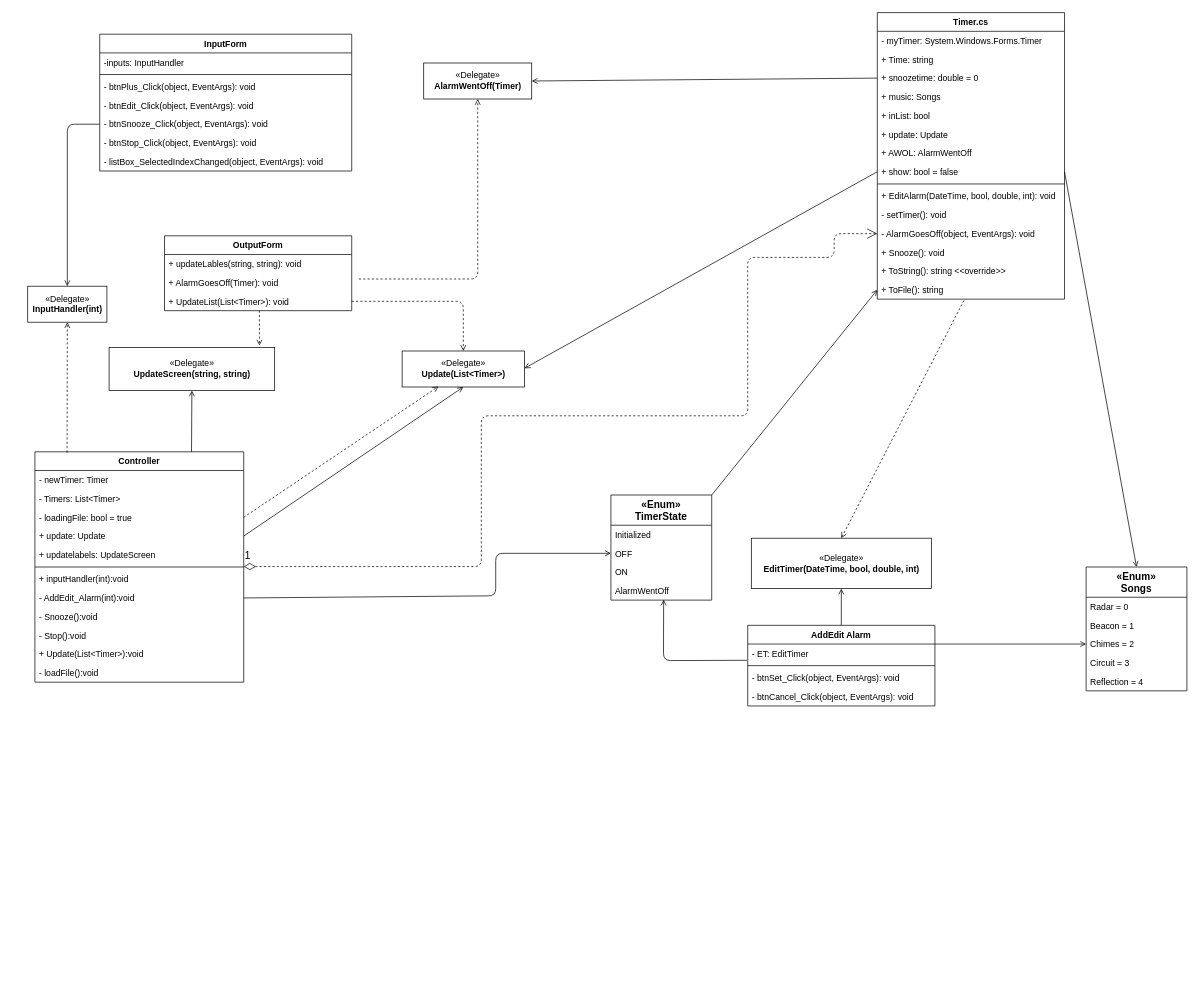
This is page "Alarm501-CD-P2" (2 of 3) of AlarmClock.drawio from Rosebaugh/CS501, a draw.io file, before an edit. Source tidied: cells renumbered, new cells numbered last; positions are measured from the earlier drawing's top-left corner, leaving out a move shared by most shapes. Both pictures are drawn from the tidied source at 72%, with x=0, y=0 at pixel (27, 12).
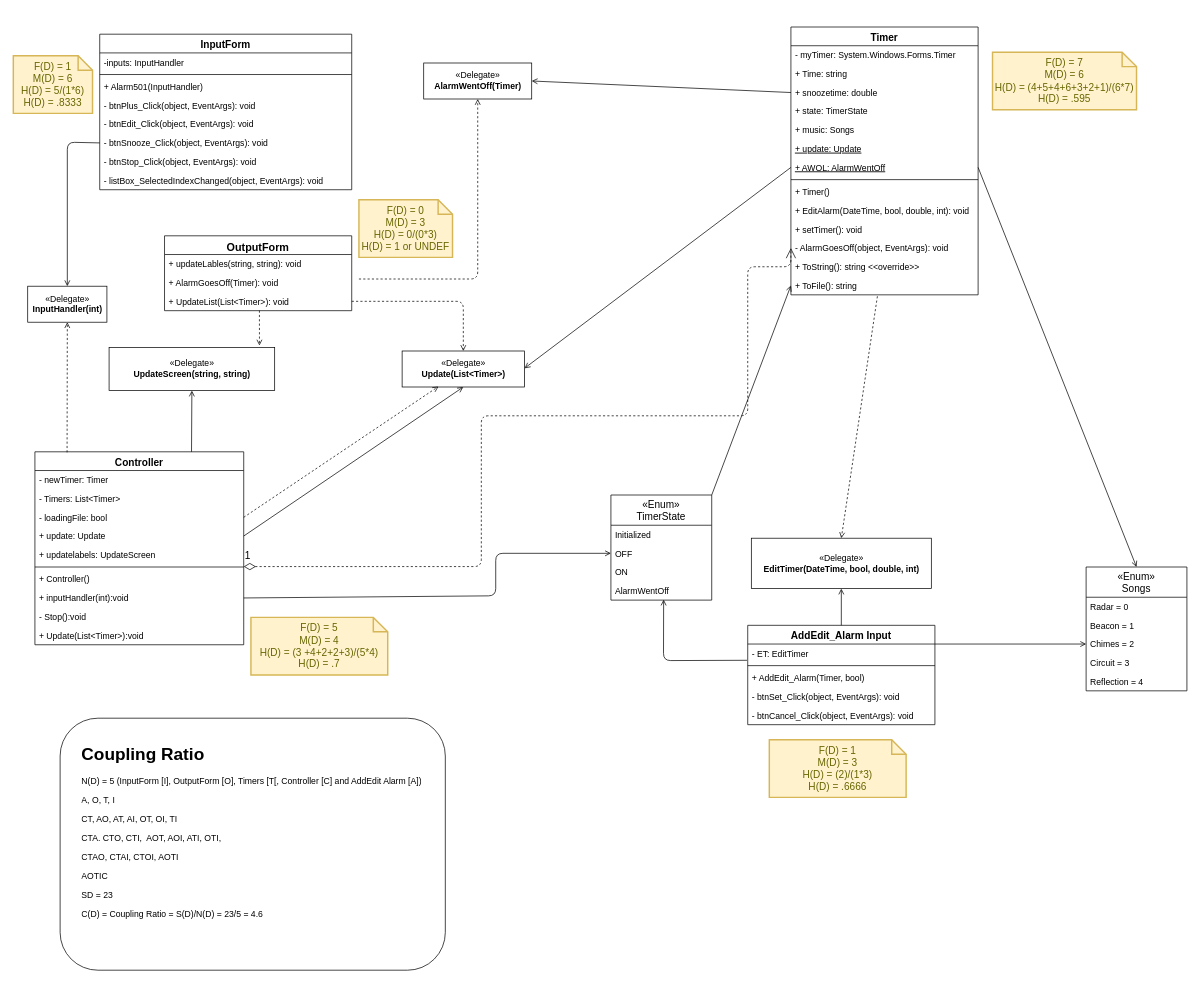
The same diagram, later.

The change refers to these unchanged cells:
```xml
<mxCell id="26" value="- AlarmGoesOff(object, EventArgs): void" style="text;strokeColor=none;fillColor=none;align=left;verticalAlign=top;spacingLeft=4;spacingRight=4;overflow=hidden;points=[[0,0.5],[1,0.5]];portConstraint=eastwest;" parent="14" vertex="1">
  <mxGeometry y="294" width="260" height="26" as="geometry" />
</mxCell>
<mxCell id="51" value="«Delegate»&lt;br&gt;&lt;b&gt;InputHandler(int)&lt;/b&gt;" style="html=1;" parent="1" vertex="1">
  <mxGeometry y="380" width="110" height="50" as="geometry" />
</mxCell>
<mxCell id="55" value="OFF" style="text;strokeColor=none;fillColor=none;align=left;verticalAlign=top;spacingLeft=4;spacingRight=4;overflow=hidden;points=[[0,0.5],[1,0.5]];portConstraint=eastwest;" parent="53" vertex="1">
  <mxGeometry y="68" width="140" height="26" as="geometry" />
</mxCell>
```

Change to the diagram source:
```diff
@@
-    <mxCell id="2" value="InputForm" style="swimlane;fontStyle=1;align=center;verticalAlign=top;horizontal=1;startSize=26;" parent="1" vertex="1">
-      <mxGeometry x="100" y="30" width="350" height="190" as="geometry" />
+    <mxCell id="2" value="InputForm" style="swimlane;fontStyle=1;align=center;verticalAlign=top;horizontal=1;startSize=26;fontSize=14;" parent="1" vertex="1">
+      <mxGeometry x="100" y="30" width="350" height="216" as="geometry" />
     </mxCell>
@@
+    <mxCell id="82" value="+ Alarm501(InputHandler)" style="text;strokeColor=none;fillColor=none;align=left;verticalAlign=top;spacingLeft=4;spacingRight=4;overflow=hidden;" parent="2" vertex="1">
+      <mxGeometry y="60" width="350" height="26" as="geometry" />
+    </mxCell>
     <mxCell id="5" value="- btnPlus_Click(object, EventArgs): void" style="text;strokeColor=none;fillColor=none;align=left;verticalAlign=top;spacingLeft=4;spacingRight=4;overflow=hidden;" parent="2" vertex="1">
-      <mxGeometry y="60" width="350" height="26" as="geometry" />
+      <mxGeometry y="86" width="350" height="26" as="geometry" />
     </mxCell>
     <mxCell id="6" value="- btnEdit_Click(object, EventArgs): void" style="text;strokeColor=none;fillColor=none;align=left;verticalAlign=top;spacingLeft=4;spacingRight=4;overflow=hidden;" parent="2" vertex="1">
-      <mxGeometry y="86" width="350" height="26" as="geometry" />
+      <mxGeometry y="112" width="350" height="26" as="geometry" />
     </mxCell>
     <mxCell id="7" value="- btnSnooze_Click(object, EventArgs): void" style="text;strokeColor=none;fillColor=none;align=left;verticalAlign=top;spacingLeft=4;spacingRight=4;overflow=hidden;points=[[0,0.5],[1,0.5]];portConstraint=eastwest;" parent="2" vertex="1">
-      <mxGeometry y="112" width="350" height="26" as="geometry" />
+      <mxGeometry y="138" width="350" height="26" as="geometry" />
     </mxCell>
     <mxCell id="8" value="- btnStop_Click(object, EventArgs): void" style="text;strokeColor=none;fillColor=none;align=left;verticalAlign=top;spacingLeft=4;spacingRight=4;overflow=hidden;" parent="2" vertex="1">
-      <mxGeometry y="138" width="350" height="26" as="geometry" />
+      <mxGeometry y="164" width="350" height="26" as="geometry" />
     </mxCell>
     <mxCell id="9" value="- listBox_SelectedIndexChanged(object, EventArgs): void" style="text;strokeColor=none;fillColor=none;align=left;verticalAlign=top;spacingLeft=4;spacingRight=4;overflow=hidden;" parent="2" vertex="1">
-      <mxGeometry y="164" width="350" height="26" as="geometry" />
+      <mxGeometry y="190" width="350" height="26" as="geometry" />
     </mxCell>
-    <mxCell id="10" value="OutputForm" style="swimlane;fontStyle=1;align=center;verticalAlign=top;horizontal=1;startSize=26;" parent="1" vertex="1">
+    <mxCell id="10" value="OutputForm" style="swimlane;fontStyle=1;align=center;verticalAlign=top;horizontal=1;startSize=26;fontSize=15;" parent="1" vertex="1">
       <mxGeometry x="190" y="310" width="260" height="104" as="geometry" />
     </mxCell>
@@
-    <mxCell id="14" value="Timer.cs" style="swimlane;fontStyle=1;align=center;verticalAlign=top;horizontal=1;startSize=26;" parent="1" vertex="1">
-      <mxGeometry x="1180" width="260" height="398" as="geometry" />
+    <mxCell id="14" value="Timer" style="swimlane;fontStyle=1;align=center;verticalAlign=top;horizontal=1;startSize=26;fontSize=14;" parent="1" vertex="1">
+      <mxGeometry x="1060" y="20" width="260" height="372" as="geometry" />
     </mxCell>
@@
-    <mxCell id="17" value="+ snoozetime: double = 0" style="text;strokeColor=none;fillColor=none;align=left;verticalAlign=top;spacingLeft=4;spacingRight=4;overflow=hidden;points=[[0,0.5],[1,0.5]];portConstraint=eastwest;" parent="14" vertex="1">
+    <mxCell id="17" value="+ snoozetime: double" style="text;strokeColor=none;fillColor=none;align=left;verticalAlign=top;spacingLeft=4;spacingRight=4;overflow=hidden;points=[[0,0.5],[1,0.5]];portConstraint=eastwest;" parent="14" vertex="1">
       <mxGeometry y="78" width="260" height="26" as="geometry" />
     </mxCell>
+    <mxCell id="83" value="+ state: TimerState" style="text;strokeColor=none;fillColor=none;align=left;verticalAlign=top;spacingLeft=4;spacingRight=4;overflow=hidden;" parent="14" vertex="1">
+      <mxGeometry y="104" width="260" height="26" as="geometry" />
+    </mxCell>
     <mxCell id="18" value="+ music: Songs" style="text;strokeColor=none;fillColor=none;align=left;verticalAlign=top;spacingLeft=4;spacingRight=4;overflow=hidden;" parent="14" vertex="1">
-      <mxGeometry y="104" width="260" height="26" as="geometry" />
+      <mxGeometry y="130" width="260" height="26" as="geometry" />
     </mxCell>
-    <mxCell id="19" value="+ inList: bool" style="text;strokeColor=none;fillColor=none;align=left;verticalAlign=top;spacingLeft=4;spacingRight=4;overflow=hidden;" parent="14" vertex="1">
-      <mxGeometry y="130" width="260" height="26" as="geometry" />
-    </mxCell>
-    <mxCell id="20" value="+ update: Update" style="text;strokeColor=none;fillColor=none;align=left;verticalAlign=top;spacingLeft=4;spacingRight=4;overflow=hidden;" parent="14" vertex="1">
+    <mxCell id="20" value="+ update: Update" style="text;strokeColor=none;fillColor=none;align=left;verticalAlign=top;spacingLeft=4;spacingRight=4;overflow=hidden;fontStyle=4;" parent="14" vertex="1">
       <mxGeometry y="156" width="260" height="26" as="geometry" />
     </mxCell>
-    <mxCell id="21" value="+ AWOL: AlarmWentOff" style="text;strokeColor=none;fillColor=none;align=left;verticalAlign=top;spacingLeft=4;spacingRight=4;overflow=hidden;" parent="14" vertex="1">
+    <mxCell id="21" value="+ AWOL: AlarmWentOff" style="text;strokeColor=none;fillColor=none;align=left;verticalAlign=top;spacingLeft=4;spacingRight=4;overflow=hidden;fontStyle=4;" parent="14" vertex="1">
       <mxGeometry y="182" width="260" height="26" as="geometry" />
     </mxCell>
-    <mxCell id="22" value="+ show: bool = false" style="text;strokeColor=none;fillColor=none;align=left;verticalAlign=top;spacingLeft=4;spacingRight=4;overflow=hidden;points=[[0,0.5],[1,0.5]];portConstraint=eastwest;" parent="14" vertex="1">
-      <mxGeometry y="208" width="260" height="26" as="geometry" />
-    </mxCell>
     <mxCell id="23" style="line;strokeWidth=1;fillColor=none;align=left;verticalAlign=middle;spacingTop=-1;spacingLeft=3;spacingRight=3;labelPosition=right;" parent="14" vertex="1">
-      <mxGeometry y="234" width="260" height="8" as="geometry" />
+      <mxGeometry y="208" width="260" height="8" as="geometry" />
     </mxCell>
+    <mxCell id="84" value="+ Timer()" style="text;strokeColor=none;fillColor=none;align=left;verticalAlign=top;spacingLeft=4;spacingRight=4;overflow=hidden;" parent="14" vertex="1">
+      <mxGeometry y="216" width="260" height="26" as="geometry" />
+    </mxCell>
@@
-    <mxCell id="25" value="- setTimer(): void" style="text;strokeColor=none;fillColor=none;align=left;verticalAlign=top;spacingLeft=4;spacingRight=4;overflow=hidden;" parent="14" vertex="1">
+    <mxCell id="25" value="+ setTimer(): void" style="text;strokeColor=none;fillColor=none;align=left;verticalAlign=top;spacingLeft=4;spacingRight=4;overflow=hidden;" parent="14" vertex="1">
       <mxGeometry y="268" width="260" height="26" as="geometry" />
     </mxCell>
@@
-    <mxCell id="27" value="+ Snooze(): void" style="text;strokeColor=none;fillColor=none;align=left;verticalAlign=top;spacingLeft=4;spacingRight=4;overflow=hidden;" parent="14" vertex="1">
-      <mxGeometry y="320" width="260" height="26" as="geometry" />
-    </mxCell>
     <mxCell id="28" value="+ ToString(): string &lt;&lt;override&gt;&gt;" style="text;strokeColor=none;fillColor=none;align=left;verticalAlign=top;spacingLeft=4;spacingRight=4;overflow=hidden;" parent="14" vertex="1">
-      <mxGeometry y="346" width="260" height="26" as="geometry" />
+      <mxGeometry y="320" width="260" height="26" as="geometry" />
     </mxCell>
     <mxCell id="29" value="+ ToFile(): string" style="text;strokeColor=none;fillColor=none;align=left;verticalAlign=top;spacingLeft=4;spacingRight=4;overflow=hidden;points=[[0,0.5],[1,0.5]];portConstraint=eastwest;" parent="14" vertex="1">
-      <mxGeometry y="372" width="260" height="26" as="geometry" />
+      <mxGeometry y="346" width="260" height="26" as="geometry" />
     </mxCell>
-    <mxCell id="30" value="AddEdit Alarm&#10;" style="swimlane;fontStyle=1;align=center;verticalAlign=top;horizontal=1;startSize=26;" parent="1" vertex="1">
-      <mxGeometry x="1000" y="851" width="260" height="112" as="geometry" />
+    <mxCell id="30" value="AddEdit_Alarm Input&#10; " style="swimlane;fontStyle=1;align=center;verticalAlign=top;horizontal=1;startSize=26;fontSize=14;" parent="1" vertex="1">
+      <mxGeometry x="1000" y="851" width="260" height="138" as="geometry" />
     </mxCell>
@@
+    <mxCell id="85" value="+ AddEdit_Alarm(Timer, bool)" style="text;strokeColor=none;fillColor=none;align=left;verticalAlign=top;spacingLeft=4;spacingRight=4;overflow=hidden;" parent="30" vertex="1">
+      <mxGeometry y="60" width="260" height="26" as="geometry" />
+    </mxCell>
     <mxCell id="33" value="- btnSet_Click(object, EventArgs): void" style="text;strokeColor=none;fillColor=none;align=left;verticalAlign=top;spacingLeft=4;spacingRight=4;overflow=hidden;" parent="30" vertex="1">
-      <mxGeometry y="60" width="260" height="26" as="geometry" />
+      <mxGeometry y="86" width="260" height="26" as="geometry" />
     </mxCell>
     <mxCell id="34" value="- btnCancel_Click(object, EventArgs): void" style="text;strokeColor=none;fillColor=none;align=left;verticalAlign=top;spacingLeft=4;spacingRight=4;overflow=hidden;" parent="30" vertex="1">
-      <mxGeometry y="86" width="260" height="26" as="geometry" />
+      <mxGeometry y="112" width="260" height="26" as="geometry" />
     </mxCell>
-    <mxCell id="35" value="Controller&#10;" style="swimlane;fontStyle=1;align=center;verticalAlign=top;horizontal=1;startSize=26;" parent="1" vertex="1">
-      <mxGeometry x="10" y="610" width="290" height="320" as="geometry" />
+    <mxCell id="35" value="Controller&#10;" style="swimlane;fontStyle=1;align=center;verticalAlign=top;horizontal=1;startSize=26;fontSize=14;" parent="1" vertex="1">
+      <mxGeometry x="10" y="610" width="290" height="268" as="geometry" />
     </mxCell>
@@
-    <mxCell id="38" value="- loadingFile: bool = true" style="text;strokeColor=none;fillColor=none;align=left;verticalAlign=top;spacingLeft=4;spacingRight=4;overflow=hidden;points=[[0,0.5],[1,0.5]];portConstraint=eastwest;" parent="35" vertex="1">
+    <mxCell id="38" value="- loadingFile: bool" style="text;strokeColor=none;fillColor=none;align=left;verticalAlign=top;spacingLeft=4;spacingRight=4;overflow=hidden;points=[[0,0.5],[1,0.5]];portConstraint=eastwest;" parent="35" vertex="1">
       <mxGeometry y="78" width="290" height="26" as="geometry" />
     </mxCell>
@@
+    <mxCell id="86" value="+ Controller()" style="text;strokeColor=none;fillColor=none;align=left;verticalAlign=top;spacingLeft=4;spacingRight=4;overflow=hidden;" parent="35" vertex="1">
+      <mxGeometry y="164" width="290" height="26" as="geometry" />
+    </mxCell>
     <mxCell id="42" value="+ inputHandler(int):void" style="text;strokeColor=none;fillColor=none;align=left;verticalAlign=top;spacingLeft=4;spacingRight=4;overflow=hidden;points=[[0,0.5],[1,0.5]];portConstraint=eastwest;" parent="35" vertex="1">
-      <mxGeometry y="164" width="290" height="26" as="geometry" />
+      <mxGeometry y="190" width="290" height="26" as="geometry" />
     </mxCell>
-    <mxCell id="43" value="- AddEdit_Alarm(int):void" style="text;strokeColor=none;fillColor=none;align=left;verticalAlign=top;spacingLeft=4;spacingRight=4;overflow=hidden;points=[[0,0.5],[1,0.5]];portConstraint=eastwest;" parent="35" vertex="1">
-      <mxGeometry y="190" width="290" height="26" as="geometry" />
-    </mxCell>
-    <mxCell id="44" value="- Snooze():void" style="text;strokeColor=none;fillColor=none;align=left;verticalAlign=top;spacingLeft=4;spacingRight=4;overflow=hidden;" parent="35" vertex="1">
-      <mxGeometry y="216" width="290" height="26" as="geometry" />
-    </mxCell>
     <mxCell id="45" value="- Stop():void" style="text;strokeColor=none;fillColor=none;align=left;verticalAlign=top;spacingLeft=4;spacingRight=4;overflow=hidden;" parent="35" vertex="1">
-      <mxGeometry y="242" width="290" height="26" as="geometry" />
+      <mxGeometry y="216" width="290" height="26" as="geometry" />
     </mxCell>
     <mxCell id="46" value="+ Update(List&lt;Timer&gt;):void" style="text;strokeColor=none;fillColor=none;align=left;verticalAlign=top;spacingLeft=4;spacingRight=4;overflow=hidden;" parent="35" vertex="1">
-      <mxGeometry y="268" width="290" height="26" as="geometry" />
+      <mxGeometry y="242" width="290" height="26" as="geometry" />
     </mxCell>
-    <mxCell id="47" value="- loadFile():void" style="text;strokeColor=none;fillColor=none;align=left;verticalAlign=top;spacingLeft=4;spacingRight=4;overflow=hidden;" parent="35" vertex="1">
-      <mxGeometry y="294" width="290" height="26" as="geometry" />
-    </mxCell>
@@
-    <mxCell id="53" value="«Enum»&#10;TimerState" style="swimlane;fontStyle=1;horizontal=1;startSize=42;fillColor=none;fontSize=14;" parent="1" vertex="1">
+    <mxCell id="53" value="«Enum»&#10;TimerState" style="swimlane;fontStyle=0;horizontal=1;startSize=42;fillColor=none;fontSize=14;" parent="1" vertex="1">
       <mxGeometry x="810" y="670" width="140" height="146" as="geometry" />
     </mxCell>
@@
-    <mxCell id="58" value="«Enum»&#10;Songs" style="swimlane;fontStyle=1;horizontal=1;startSize=42;fillColor=none;fontSize=14;" parent="1" vertex="1">
+    <mxCell id="58" value="«Enum»&#10;Songs" style="swimlane;fontStyle=0;horizontal=1;startSize=42;fillColor=none;fontSize=14;" parent="1" vertex="1">
       <mxGeometry x="1470" y="770" width="140" height="172" as="geometry" />
     </mxCell>
@@
-    <mxCell id="65" style="html=1;verticalAlign=bottom;endArrow=open;endFill=0;entryX=0.5;entryY=0;entryDx=0;entryDy=0;exitX=1;exitY=0.5;exitDx=0;exitDy=0;" parent="1" edge="1" source="22" target="58">
-      <mxGeometry relative="1" as="geometry" />
+    <mxCell id="65" style="html=1;verticalAlign=bottom;endArrow=open;endFill=0;entryX=0.5;entryY=0;entryDx=0;entryDy=0;exitX=1;exitY=0.5;exitDx=0;exitDy=0;" parent="1" edge="1" target="58">
+      <mxGeometry relative="1" as="geometry">
+        <mxPoint x="1320" y="215" as="sourcePoint" />
+      </mxGeometry>
     </mxCell>
@@
-    <mxCell id="67" style="html=1;verticalAlign=bottom;endArrow=none;endFill=0;entryX=1;entryY=0.5;entryDx=0;entryDy=0;exitX=0;exitY=0.5;exitDx=0;exitDy=0;startArrow=open;startFill=0;" parent="1" edge="1" source="55" target="43">
+    <mxCell id="67" style="html=1;verticalAlign=bottom;endArrow=none;endFill=0;entryX=1;entryY=0.5;entryDx=0;entryDy=0;exitX=0;exitY=0.5;exitDx=0;exitDy=0;startArrow=open;startFill=0;" parent="1" edge="1" source="55" target="42">
       <mxGeometry relative="1" as="geometry">
         <Array as="points">
           <mxPoint x="650" y="751" />
           <mxPoint x="650" y="810" />
         </Array>
       </mxGeometry>
     </mxCell>
@@
     <mxCell id="71" style="html=1;verticalAlign=bottom;endArrow=open;endFill=0;exitX=0;exitY=0.5;exitDx=0;exitDy=0;entryX=0.5;entryY=0;entryDx=0;entryDy=0;" parent="1" edge="1" source="7" target="51">
       <mxGeometry relative="1" as="geometry">
         <Array as="points">
-          <mxPoint x="55" y="155" />
+          <mxPoint x="55" y="180" />
         </Array>
       </mxGeometry>
     </mxCell>
@@
-    <mxCell id="75" style="html=1;verticalAlign=bottom;endArrow=open;endFill=0;entryX=1;entryY=0.5;entryDx=0;entryDy=0;exitX=0;exitY=0.5;exitDx=0;exitDy=0;" parent="1" edge="1" source="22">
+    <mxCell id="75" style="html=1;verticalAlign=bottom;endArrow=open;endFill=0;entryX=1;entryY=0.5;entryDx=0;entryDy=0;exitX=0;exitY=0.5;exitDx=0;exitDy=0;" parent="1" edge="1">
       <mxGeometry relative="1" as="geometry">
+        <mxPoint x="1060" y="215" as="sourcePoint" />
         <mxPoint x="690" y="494" as="targetPoint" />
       </mxGeometry>
     </mxCell>
@@
     <mxCell id="80" value="1" style="endArrow=open;html=1;endSize=12;startArrow=diamondThin;startSize=14;startFill=0;edgeStyle=orthogonalEdgeStyle;align=left;verticalAlign=bottom;dashed=1;fontSize=14;entryX=0;entryY=0.5;entryDx=0;entryDy=0;" parent="1" edge="1" target="26">
       <mxGeometry x="-1" y="3" relative="1" as="geometry">
         <mxPoint x="300" y="769.4" as="sourcePoint" />
         <Array as="points">
           <mxPoint x="630" y="769" />
           <mxPoint x="630" y="560" />
           <mxPoint x="1000" y="560" />
-          <mxPoint x="1000" y="340" />
-          <mxPoint x="1120" y="340" />
-          <mxPoint x="1120" y="307" />
+          <mxPoint x="1000" y="353" />
         </Array>
       </mxGeometry>
     </mxCell>
@@
+    <mxCell id="87" style="rounded=1;whiteSpace=wrap;html=1;" parent="1" vertex="1">
+      <mxGeometry x="45" y="980" width="535" height="350" as="geometry" />
+    </mxCell>
+    <mxCell id="88" value="&lt;p style=&quot;line-height: 60%&quot;&gt;&lt;/p&gt;&lt;h1&gt;Coupling Ratio&lt;/h1&gt;&lt;p&gt;N(D) = 5 (InputForm [I], OutputForm [O], Timers [T[, Controller [C] and AddEdit Alarm [A])&lt;/p&gt;&lt;p&gt;A, O, T, I&lt;/p&gt;&lt;p&gt;CT, AO, AT, AI, OT, OI, TI&lt;/p&gt;&lt;p&gt;CTA. CTO, CTI,&amp;nbsp; AOT, AOI, ATI, OTI,&lt;/p&gt;&lt;p&gt;CTAO, CTAI, CTOI, AOTI&lt;/p&gt;&lt;p&gt;AOTIC&lt;/p&gt;&lt;p&gt;SD = 23&lt;/p&gt;&lt;p&gt;C(D) =&amp;nbsp;&lt;span&gt;Coupling Ratio = S(D)/N(D) = 23/5 = 4.6&amp;nbsp;&lt;/span&gt;&lt;/p&gt;&lt;br&gt;&lt;p&gt;&lt;/p&gt;" style="text;html=1;strokeColor=none;fillColor=none;spacing=5;spacingTop=-20;whiteSpace=wrap;overflow=hidden;rounded=0;" parent="1" vertex="1">
+      <mxGeometry x="70" y="1010" width="500" height="270" as="geometry" />
+    </mxCell>
+    <mxCell id="89" value="F(D) = 1&lt;br&gt;M(D) = 6&lt;br&gt;H(D) = 5/(1*6)&lt;br&gt;H(D) = .8333" style="shape=note;strokeWidth=2;fontSize=14;size=20;whiteSpace=wrap;html=1;fillColor=#fff2cc;strokeColor=#d6b656;fontColor=#666600;" parent="1" vertex="1">
+      <mxGeometry x="-20" y="60" width="110" height="80" as="geometry" />
+    </mxCell>
+    <mxCell id="90" value="F(D) = 0&lt;br&gt;M(D) = 3&lt;br&gt;H(D) = 0/(0*3)&lt;br&gt;H(D) = 1 or UNDEF" style="shape=note;strokeWidth=2;fontSize=14;size=20;whiteSpace=wrap;html=1;fillColor=#fff2cc;strokeColor=#d6b656;fontColor=#666600;" parent="1" vertex="1">
+      <mxGeometry x="460" y="260" width="130" height="80" as="geometry" />
+    </mxCell>
+    <mxCell id="91" value="F(D) = 5&lt;br&gt;M(D) = 4&lt;br&gt;H(D) = (3 +4+2+2+3)/(5*4)&lt;br&gt;H(D) = .7" style="shape=note;strokeWidth=2;fontSize=14;size=20;whiteSpace=wrap;html=1;fillColor=#fff2cc;strokeColor=#d6b656;fontColor=#666600;" parent="1" vertex="1">
+      <mxGeometry x="310" y="840" width="190" height="80" as="geometry" />
+    </mxCell>
+    <mxCell id="92" value="F(D) = 1&lt;br&gt;M(D) = 3&lt;br&gt;H(D) = (2)/(1*3)&lt;br&gt;H(D) = .6666" style="shape=note;strokeWidth=2;fontSize=14;size=20;whiteSpace=wrap;html=1;fillColor=#fff2cc;strokeColor=#d6b656;fontColor=#666600;" parent="1" vertex="1">
+      <mxGeometry x="1030" y="1010" width="190" height="80" as="geometry" />
+    </mxCell>
+    <mxCell id="93" value="F(D) = 7&lt;br&gt;M(D) = 6&lt;br&gt;H(D) = (4+5+4+6+3+2+1)/(6*7)&lt;br&gt;H(D) = .595" style="shape=note;strokeWidth=2;fontSize=14;size=20;whiteSpace=wrap;html=1;fillColor=#fff2cc;strokeColor=#d6b656;fontColor=#666600;" parent="1" vertex="1">
+      <mxGeometry x="1340" y="55" width="200" height="80" as="geometry" />
+    </mxCell>
```
